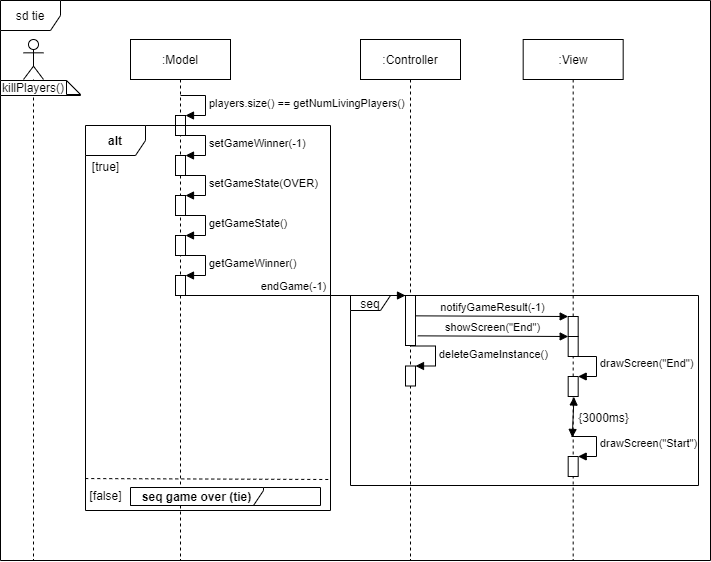
Earlier version of the draw.io export Doku/images/SD_UC8Tie.png (KjellooMelloo/gameoftrons). Source tidied: cells renumbered, new cells last; positions are measured from the earlier drawing's top-left corner, leaving out a move shared by most shapes.
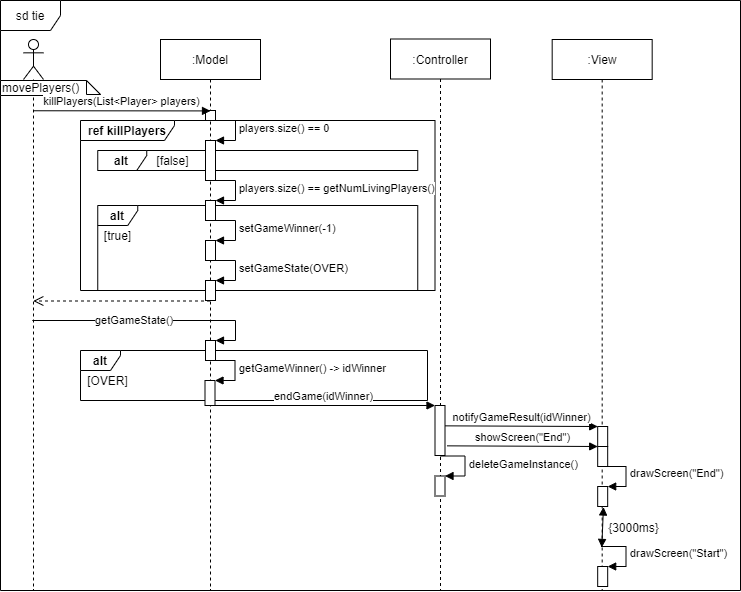
After the change.

What changed in the source:
```diff
@@ -3,159 +3,188 @@
     <mxCell id="0" />
     <mxCell id="1" parent="0" />
     <mxCell id="2" value="sd tie" style="shape=umlFrame;whiteSpace=wrap;html=1;fillColor=#ffffff;" parent="1" vertex="1">
-      <mxGeometry width="710" height="560" as="geometry" />
+      <mxGeometry width="740" height="590" as="geometry" />
     </mxCell>
-    <mxCell id="3" value="seq" style="shape=umlFrame;whiteSpace=wrap;html=1;fillColor=#ffffff;width=40;height=15;" parent="1" vertex="1">
-      <mxGeometry x="350" y="295" width="348" height="190" as="geometry" />
+    <mxCell id="3" value="&lt;b&gt;alt&lt;/b&gt;" style="shape=umlFrame;whiteSpace=wrap;html=1;width=40;height=20;" parent="1" vertex="1">
+      <mxGeometry x="80" y="350" width="347" height="50" as="geometry" />
     </mxCell>
-    <mxCell id="4" value=":Model" style="shape=umlLifeline;perimeter=lifelinePerimeter;whiteSpace=wrap;html=1;" parent="1" vertex="1">
-      <mxGeometry x="130" y="39" width="100" height="521" as="geometry" />
+    <mxCell id="4" value="&lt;b&gt;alt&lt;/b&gt;" style="shape=umlFrame;whiteSpace=wrap;html=1;width=40;height=20;" parent="1" vertex="1">
+      <mxGeometry x="97.2" y="205" width="320" height="85" as="geometry" />
     </mxCell>
-    <mxCell id="5" style="html=1;points=[];perimeter=orthogonalPerimeter;" parent="4" vertex="1">
-      <mxGeometry x="45" y="76" width="10" height="20" as="geometry" />
+    <mxCell id="5" value="&lt;b&gt;ref killPlayers&lt;/b&gt;" style="shape=umlFrame;whiteSpace=wrap;html=1;fillColor=#ffffff;width=94;height=20;" parent="1" vertex="1">
+      <mxGeometry x="80" y="120" width="354.5" height="170" as="geometry" />
     </mxCell>
-    <mxCell id="6" value="players.size() == getNumLivingPlayers()" style="edgeStyle=orthogonalEdgeStyle;html=1;align=left;spacingLeft=2;endArrow=block;rounded=0;entryX=1;entryY=0;" parent="4" edge="1" target="5">
-      <mxGeometry relative="1" as="geometry">
-        <mxPoint x="50" y="56" as="sourcePoint" />
-        <Array as="points">
-          <mxPoint x="75" y="56" />
-        </Array>
-      </mxGeometry>
+    <mxCell id="6" value="&lt;b&gt;alt&lt;/b&gt;" style="shape=umlFrame;whiteSpace=wrap;html=1;fillColor=#ffffff;width=49;height=20;" parent="1" vertex="1">
+      <mxGeometry x="97.2" y="150" width="320" height="20" as="geometry" />
     </mxCell>
-    <mxCell id="7" style="shape=umlLifeline;participant=umlActor;perimeter=lifelinePerimeter;whiteSpace=wrap;html=1;verticalAlign=top;spacingTop=36;labelBackgroundColor=#ffffff;" parent="1" vertex="1">
-      <mxGeometry x="23" y="39" width="20" height="521" as="geometry" />
+    <mxCell id="7" value=":Model" style="shape=umlLifeline;perimeter=lifelinePerimeter;whiteSpace=wrap;html=1;" parent="1" vertex="1">
+      <mxGeometry x="160" y="39" width="100" height="551" as="geometry" />
     </mxCell>
-    <mxCell id="8" value=":Controller" style="shape=umlLifeline;perimeter=lifelinePerimeter;whiteSpace=wrap;html=1;outlineConnect=0;" parent="1" vertex="1">
-      <mxGeometry x="360" y="39" width="100" height="521" as="geometry" />
+    <mxCell id="8" style="html=1;points=[];perimeter=orthogonalPerimeter;" parent="7" vertex="1">
+      <mxGeometry x="45" y="161" width="10" height="20" as="geometry" />
     </mxCell>
-    <mxCell id="9" style="html=1;points=[];perimeter=orthogonalPerimeter;" parent="8" vertex="1">
-      <mxGeometry x="45" y="256" width="10" height="50" as="geometry" />
+    <mxCell id="9" value="players.size() == getNumLivingPlayers()" style="edgeStyle=orthogonalEdgeStyle;html=1;align=left;spacingLeft=2;endArrow=block;rounded=0;entryX=1;entryY=0;" parent="7" edge="1" target="8">
+      <mxGeometry relative="1" as="geometry">
+        <mxPoint x="50" y="141" as="sourcePoint" />
+        <Array as="points">
+          <mxPoint x="75" y="141" />
+        </Array>
+      </mxGeometry>
     </mxCell>
-    <mxCell id="10" style="html=1;points=[];perimeter=orthogonalPerimeter;" parent="8" vertex="1">
-      <mxGeometry x="45" y="326.5" width="10" height="20" as="geometry" />
+    <mxCell id="10" style="html=1;points=[];perimeter=orthogonalPerimeter;" parent="7" vertex="1">
+      <mxGeometry x="45" y="201" width="10" height="20" as="geometry" />
     </mxCell>
-    <mxCell id="11" value="deleteGameInstance()" style="edgeStyle=orthogonalEdgeStyle;html=1;align=left;spacingLeft=2;endArrow=block;rounded=0;entryX=1;entryY=0;" parent="8" edge="1" target="10">
+    <mxCell id="11" value="setGameWinner(-1)" style="edgeStyle=orthogonalEdgeStyle;html=1;align=left;spacingLeft=2;endArrow=block;rounded=0;entryX=1;entryY=0;" parent="7" edge="1" target="10">
       <mxGeometry relative="1" as="geometry">
-        <mxPoint x="50" y="306.5" as="sourcePoint" />
+        <mxPoint x="50" y="181" as="sourcePoint" />
         <Array as="points">
-          <mxPoint x="75" y="306.5" />
+          <mxPoint x="75" y="181" />
         </Array>
       </mxGeometry>
     </mxCell>
-    <mxCell id="12" value=":View" style="shape=umlLifeline;perimeter=lifelinePerimeter;whiteSpace=wrap;html=1;outlineConnect=0;" parent="1" vertex="1">
-      <mxGeometry x="522.7" y="39" width="100" height="521" as="geometry" />
+    <mxCell id="12" style="html=1;points=[];perimeter=orthogonalPerimeter;" parent="7" vertex="1">
+      <mxGeometry x="45" y="241" width="10" height="20" as="geometry" />
     </mxCell>
-    <mxCell id="13" style="html=1;points=[];perimeter=orthogonalPerimeter;" parent="12" vertex="1">
-      <mxGeometry x="45" y="297" width="10" height="20" as="geometry" />
+    <mxCell id="13" value="setGameState(OVER)" style="edgeStyle=orthogonalEdgeStyle;html=1;align=left;spacingLeft=2;endArrow=block;rounded=0;entryX=1;entryY=0;" parent="7" edge="1" target="12">
+      <mxGeometry relative="1" as="geometry">
+        <mxPoint x="50" y="221" as="sourcePoint" />
+        <Array as="points">
+          <mxPoint x="75" y="221" />
+        </Array>
+      </mxGeometry>
     </mxCell>
-    <mxCell id="14" style="html=1;points=[];perimeter=orthogonalPerimeter;" parent="12" vertex="1">
-      <mxGeometry x="45" y="337" width="10" height="20" as="geometry" />
+    <mxCell id="14" style="html=1;points=[];perimeter=orthogonalPerimeter;" parent="7" vertex="1">
+      <mxGeometry x="45" y="301" width="10" height="20" as="geometry" />
     </mxCell>
-    <mxCell id="15" value="drawScreen(&quot;End&quot;)" style="edgeStyle=orthogonalEdgeStyle;html=1;align=left;spacingLeft=2;endArrow=block;rounded=0;entryX=1;entryY=0;" parent="12" edge="1" target="14">
-      <mxGeometry relative="1" as="geometry">
-        <mxPoint x="48.3" y="317" as="sourcePoint" />
-        <Array as="points">
-          <mxPoint x="73.3" y="317" />
-        </Array>
-      </mxGeometry>
+    <mxCell id="15" style="html=1;perimeter=orthogonalPerimeter;" parent="1" vertex="1">
+      <mxGeometry x="205" y="110" width="10" height="10" as="geometry" />
     </mxCell>
-    <mxCell id="16" style="html=1;points=[];perimeter=orthogonalPerimeter;" parent="12" vertex="1">
-      <mxGeometry x="45" y="417" width="10" height="20" as="geometry" />
+    <mxCell id="16" style="shape=umlLifeline;participant=umlActor;perimeter=lifelinePerimeter;whiteSpace=wrap;html=1;verticalAlign=top;spacingTop=36;labelBackgroundColor=#ffffff;outlineConnect=0;" parent="1" vertex="1">
+      <mxGeometry x="23" y="39" width="20" height="551" as="geometry" />
     </mxCell>
-    <mxCell id="17" value="drawScreen(&quot;Start&quot;)" style="edgeStyle=orthogonalEdgeStyle;html=1;align=left;spacingLeft=2;endArrow=block;rounded=0;entryX=1;entryY=0;" parent="12" edge="1" target="16">
-      <mxGeometry relative="1" as="geometry">
-        <mxPoint x="48.3" y="397" as="sourcePoint" />
-        <Array as="points">
-          <mxPoint x="73.3" y="397" />
-        </Array>
-      </mxGeometry>
+    <mxCell id="17" value=":Controller" style="shape=umlLifeline;perimeter=lifelinePerimeter;whiteSpace=wrap;html=1;" parent="1" vertex="1">
+      <mxGeometry x="390" y="38.5" width="100" height="551.5" as="geometry" />
     </mxCell>
-    <mxCell id="18" style="endArrow=block;startArrow=block;endFill=1;startFill=1;html=1;exitX=0.478;exitY=1.025;exitDx=0;exitDy=0;exitPerimeter=0;entryX=0.501;entryY=0.889;entryDx=0;entryDy=0;entryPerimeter=0;" parent="12" edge="1">
-      <mxGeometry relative="1" as="geometry">
-        <mxPoint x="50.8" y="357.5" as="sourcePoint" />
-        <mxPoint x="49.1" y="397.9" as="targetPoint" />
-      </mxGeometry>
+    <mxCell id="18" value=":View" style="shape=umlLifeline;perimeter=lifelinePerimeter;whiteSpace=wrap;html=1;" parent="1" vertex="1">
+      <mxGeometry x="551.7" y="39" width="100" height="551" as="geometry" />
     </mxCell>
-    <mxCell id="19" style="html=1;points=[];perimeter=orthogonalPerimeter;" parent="12" vertex="1">
-      <mxGeometry x="45" y="277" width="10" height="20" as="geometry" />
+    <mxCell id="19" value="movePlayers()" style="shape=note;whiteSpace=wrap;html=1;size=14;verticalAlign=top;align=left;spacingTop=-6;" parent="1" vertex="1">
+      <mxGeometry y="80" width="100" height="15" as="geometry" />
     </mxCell>
-    <mxCell id="20" value="killPlayers()" style="shape=note;whiteSpace=wrap;html=1;size=14;verticalAlign=top;align=left;spacingTop=-6;" parent="1" vertex="1">
-      <mxGeometry y="80" width="80" height="15" as="geometry" />
+    <mxCell id="20" style="html=1;points=[];perimeter=orthogonalPerimeter;" parent="1" vertex="1">
+      <mxGeometry x="434.5" y="405" width="10" height="50" as="geometry" />
     </mxCell>
-    <mxCell id="21" value="showScreen(&quot;End&quot;)" style="html=1;verticalAlign=bottom;endArrow=block;entryX=0;entryY=0;exitX=1.233;exitY=0.807;exitDx=0;exitDy=0;exitPerimeter=0;" parent="1" edge="1" source="9" target="13">
-      <mxGeometry relative="1" as="geometry" />
+    <mxCell id="21" style="html=1;points=[];perimeter=orthogonalPerimeter;" parent="1" vertex="1">
+      <mxGeometry x="434.5" y="475.5" width="10" height="20" as="geometry" />
     </mxCell>
-    <mxCell id="22" value="{3000ms}" style="text;html=1;align=center;verticalAlign=middle;" parent="1" vertex="1">
-      <mxGeometry x="568" y="407" width="70" height="20" as="geometry" />
+    <mxCell id="22" value="deleteGameInstance()" style="edgeStyle=orthogonalEdgeStyle;html=1;align=left;spacingLeft=2;endArrow=block;rounded=0;entryX=1;entryY=0;" parent="1" edge="1" target="21">
+      <mxGeometry relative="1" as="geometry">
+        <mxPoint x="439.5" y="455.5" as="sourcePoint" />
+        <Array as="points">
+          <mxPoint x="464.5" y="455.5" />
+        </Array>
+      </mxGeometry>
     </mxCell>
-    <mxCell id="23" value="notifyGameResult(-1)" style="html=1;verticalAlign=bottom;endArrow=block;entryX=0;entryY=0;exitX=1.033;exitY=0.407;exitDx=0;exitDy=0;exitPerimeter=0;" parent="1" edge="1" source="9" target="19">
-      <mxGeometry relative="1" as="geometry" />
+    <mxCell id="23" style="html=1;points=[];perimeter=orthogonalPerimeter;" parent="1" vertex="1">
+      <mxGeometry x="597.2" y="446" width="10" height="20" as="geometry" />
     </mxCell>
-    <mxCell id="24" value="&lt;b&gt;alt&lt;/b&gt;" style="shape=umlFrame;whiteSpace=wrap;html=1;fillColor=#ffffff;" parent="1" vertex="1">
-      <mxGeometry x="85" y="125" width="245" height="385" as="geometry" />
+    <mxCell id="24" style="html=1;points=[];perimeter=orthogonalPerimeter;" parent="1" vertex="1">
+      <mxGeometry x="597.2" y="486" width="10" height="20" as="geometry" />
     </mxCell>
-    <mxCell id="25" value="[false]" style="text;html=1;align=center;verticalAlign=middle;" parent="1" vertex="1">
-      <mxGeometry x="80" y="485" width="50" height="20" as="geometry" />
+    <mxCell id="25" value="drawScreen(&quot;End&quot;)" style="edgeStyle=orthogonalEdgeStyle;html=1;align=left;spacingLeft=2;endArrow=block;rounded=0;entryX=1;entryY=0;" parent="1" edge="1" target="24">
+      <mxGeometry relative="1" as="geometry">
+        <mxPoint x="600.5" y="466" as="sourcePoint" />
+        <Array as="points">
+          <mxPoint x="625.5" y="466" />
+        </Array>
+      </mxGeometry>
     </mxCell>
-    <mxCell id="26" value="[true]" style="text;html=1;align=center;verticalAlign=middle;points=[];" parent="1" vertex="1">
-      <mxGeometry x="85" y="156" width="40" height="20" as="geometry" />
+    <mxCell id="26" style="html=1;points=[];perimeter=orthogonalPerimeter;" parent="1" vertex="1">
+      <mxGeometry x="597.2" y="566" width="10" height="20" as="geometry" />
     </mxCell>
-    <mxCell id="27" value="&lt;b&gt;seq game over (tie)&lt;/b&gt;" style="shape=umlFrame;whiteSpace=wrap;html=1;fillColor=#ffffff;width=133;height=18;" parent="1" vertex="1">
-      <mxGeometry x="130" y="487" width="190" height="18" as="geometry" />
+    <mxCell id="27" value="drawScreen(&quot;Start&quot;)" style="edgeStyle=orthogonalEdgeStyle;html=1;align=left;spacingLeft=2;endArrow=block;rounded=0;entryX=1;entryY=0;" parent="1" edge="1" target="26">
+      <mxGeometry relative="1" as="geometry">
+        <mxPoint x="600.5" y="546" as="sourcePoint" />
+        <Array as="points">
+          <mxPoint x="625.5" y="546" />
+        </Array>
+      </mxGeometry>
     </mxCell>
-    <mxCell id="28" style="html=1;points=[];perimeter=orthogonalPerimeter;" parent="1" vertex="1">
-      <mxGeometry x="175" y="155" width="10" height="20" as="geometry" />
+    <mxCell id="28" style="endArrow=block;startArrow=block;endFill=1;startFill=1;html=1;exitX=0.478;exitY=1.025;exitDx=0;exitDy=0;exitPerimeter=0;entryX=0.501;entryY=0.889;entryDx=0;entryDy=0;entryPerimeter=0;" parent="1" edge="1">
+      <mxGeometry relative="1" as="geometry">
+        <mxPoint x="603" y="506.5" as="sourcePoint" />
+        <mxPoint x="601.3" y="546.9" as="targetPoint" />
+      </mxGeometry>
     </mxCell>
-    <mxCell id="29" value="setGameWinner(-1)" style="edgeStyle=orthogonalEdgeStyle;html=1;align=left;spacingLeft=2;endArrow=block;rounded=0;entryX=1;entryY=0;" parent="1" edge="1" target="28">
-      <mxGeometry relative="1" as="geometry">
-        <mxPoint x="180" y="135" as="sourcePoint" />
-        <Array as="points">
-          <mxPoint x="205" y="135" />
-        </Array>
-      </mxGeometry>
+    <mxCell id="29" style="html=1;points=[];perimeter=orthogonalPerimeter;" parent="1" vertex="1">
+      <mxGeometry x="597.2" y="426" width="10" height="20" as="geometry" />
     </mxCell>
-    <mxCell id="30" style="html=1;points=[];perimeter=orthogonalPerimeter;" parent="1" vertex="1">
-      <mxGeometry x="175" y="195" width="10" height="20" as="geometry" />
+    <mxCell id="30" value="showScreen(&quot;End&quot;)" style="html=1;verticalAlign=bottom;endArrow=block;entryX=0;entryY=0;exitX=1.233;exitY=0.807;exitDx=0;exitDy=0;exitPerimeter=0;" parent="1" edge="1" source="20" target="23">
+      <mxGeometry relative="1" as="geometry" />
     </mxCell>
-    <mxCell id="31" value="setGameState(OVER)" style="edgeStyle=orthogonalEdgeStyle;html=1;align=left;spacingLeft=2;endArrow=block;rounded=0;entryX=1;entryY=0;" parent="1" edge="1" target="30">
-      <mxGeometry relative="1" as="geometry">
-        <mxPoint x="180" y="175" as="sourcePoint" />
-        <Array as="points">
-          <mxPoint x="205" y="175" />
-        </Array>
-      </mxGeometry>
+    <mxCell id="31" value="{3000ms}" style="text;html=1;align=center;verticalAlign=middle;" parent="1" vertex="1">
+      <mxGeometry x="597.5" y="517" width="70" height="20" as="geometry" />
     </mxCell>
-    <mxCell id="32" style="html=1;points=[];perimeter=orthogonalPerimeter;" parent="1" vertex="1">
-      <mxGeometry x="175" y="235" width="10" height="20" as="geometry" />
+    <mxCell id="32" value="notifyGameResult(idWinner)" style="html=1;verticalAlign=bottom;endArrow=block;entryX=0;entryY=0;exitX=1.033;exitY=0.407;exitDx=0;exitDy=0;exitPerimeter=0;" parent="1" edge="1" source="20" target="29">
+      <mxGeometry relative="1" as="geometry" />
     </mxCell>
-    <mxCell id="33" value="getGameState()" style="edgeStyle=orthogonalEdgeStyle;html=1;align=left;spacingLeft=2;endArrow=block;rounded=0;entryX=1;entryY=0;" parent="1" edge="1" target="32">
-      <mxGeometry relative="1" as="geometry">
-        <mxPoint x="180" y="215" as="sourcePoint" />
-        <Array as="points">
-          <mxPoint x="205" y="215" />
-        </Array>
-      </mxGeometry>
+    <mxCell id="33" style="html=1;points=[];perimeter=orthogonalPerimeter;" parent="1" vertex="1">
+      <mxGeometry x="204.5" y="380" width="10" height="25" as="geometry" />
     </mxCell>
-    <mxCell id="34" style="html=1;points=[];perimeter=orthogonalPerimeter;" parent="1" vertex="1">
-      <mxGeometry x="175" y="275" width="10" height="20" as="geometry" />
+    <mxCell id="34" value="getGameWinner() -&amp;gt; idWinner" style="edgeStyle=orthogonalEdgeStyle;html=1;align=left;spacingLeft=2;endArrow=block;rounded=0;entryX=1;entryY=0;" parent="1" edge="1" target="33">
+      <mxGeometry relative="1" as="geometry">
+        <mxPoint x="209.5" y="360" as="sourcePoint" />
+        <Array as="points">
+          <mxPoint x="234.5" y="360" />
+        </Array>
+      </mxGeometry>
     </mxCell>
-    <mxCell id="35" value="getGameWinner()" style="edgeStyle=orthogonalEdgeStyle;html=1;align=left;spacingLeft=2;endArrow=block;rounded=0;entryX=1;entryY=0;" parent="1" edge="1" target="34">
+    <mxCell id="35" value="endGame(idWinner)" style="html=1;verticalAlign=bottom;endArrow=block;entryX=0;entryY=0;exitX=0.5;exitY=1;exitDx=0;exitDy=0;exitPerimeter=0;" parent="1" edge="1">
       <mxGeometry relative="1" as="geometry">
-        <mxPoint x="180" y="255" as="sourcePoint" />
-        <Array as="points">
-          <mxPoint x="205" y="255" />
-        </Array>
+        <mxPoint x="209.5" y="405" as="sourcePoint" />
+        <mxPoint x="434.5" y="405" as="targetPoint" />
       </mxGeometry>
     </mxCell>
-    <mxCell id="36" value="endGame(-1)" style="html=1;verticalAlign=bottom;endArrow=block;entryX=0;entryY=0;exitX=0.5;exitY=1;exitDx=0;exitDy=0;exitPerimeter=0;" parent="1" edge="1" source="34">
+    <mxCell id="36" value="killPlayers(List&amp;lt;Player&amp;gt; players)" style="html=1;verticalAlign=bottom;endArrow=block;entryX=0.5;entryY=0.139;entryDx=0;entryDy=0;entryPerimeter=0;" parent="1" edge="1">
       <mxGeometry relative="1" as="geometry">
-        <mxPoint x="405" y="295" as="targetPoint" />
+        <mxPoint x="32.5" y="110.3" as="sourcePoint" />
+        <mxPoint x="210" y="110.4" as="targetPoint" />
       </mxGeometry>
     </mxCell>
-    <mxCell id="37" style="endArrow=none;dashed=1;html=1;exitX=-0.001;exitY=0.917;exitDx=0;exitDy=0;exitPerimeter=0;" parent="1" edge="1" source="24">
-      <mxGeometry relative="1" as="geometry">
-        <mxPoint x="330" y="479" as="targetPoint" />
-      </mxGeometry>
+    <mxCell id="37" style="html=1;points=[];perimeter=orthogonalPerimeter;" parent="1" vertex="1">
+      <mxGeometry x="205" y="140" width="10" height="40" as="geometry" />
     </mxCell>
+    <mxCell id="38" value="players.size() == 0" style="edgeStyle=orthogonalEdgeStyle;html=1;align=left;spacingLeft=2;endArrow=block;rounded=0;entryX=1;entryY=0;" parent="1" edge="1" target="37">
+      <mxGeometry relative="1" as="geometry">
+        <mxPoint x="210" y="120" as="sourcePoint" />
+        <Array as="points">
+          <mxPoint x="235" y="120" />
+        </Array>
+      </mxGeometry>
+    </mxCell>
+    <mxCell id="39" value="[false]" style="text;html=1;align=center;verticalAlign=middle;" parent="1" vertex="1">
+      <mxGeometry x="147.2" y="150" width="50" height="20" as="geometry" />
+    </mxCell>
+    <mxCell id="40" value="[true]" style="text;html=1;align=center;verticalAlign=middle;" parent="1" vertex="1">
+      <mxGeometry x="97.2" y="225" width="40" height="20" as="geometry" />
+    </mxCell>
+    <mxCell id="41" style="html=1;verticalAlign=bottom;endArrow=open;dashed=1;endSize=8;" parent="1" edge="1">
+      <mxGeometry relative="1" as="geometry">
+        <mxPoint x="209.5" y="300.5" as="sourcePoint" />
+        <mxPoint x="32.8" y="300.5" as="targetPoint" />
+      </mxGeometry>
+    </mxCell>
+    <mxCell id="42" value="getGameState()" style="edgeStyle=orthogonalEdgeStyle;html=1;align=left;spacingLeft=2;endArrow=block;rounded=0;entryX=1;entryY=0;" parent="1" edge="1" source="16" target="14">
+      <mxGeometry x="-0.53" relative="1" as="geometry">
+        <Array as="points">
+          <mxPoint x="235" y="320" />
+          <mxPoint x="235" y="340" />
+        </Array>
+        <mxPoint x="1" as="offset" />
+      </mxGeometry>
+    </mxCell>
+    <mxCell id="43" value="[OVER]" style="text;html=1;align=center;verticalAlign=middle;" parent="1" vertex="1">
+      <mxGeometry x="77.2" y="370" width="60" height="20" as="geometry" />
+    </mxCell>
   </root>
 </mxGraphModel>
```
